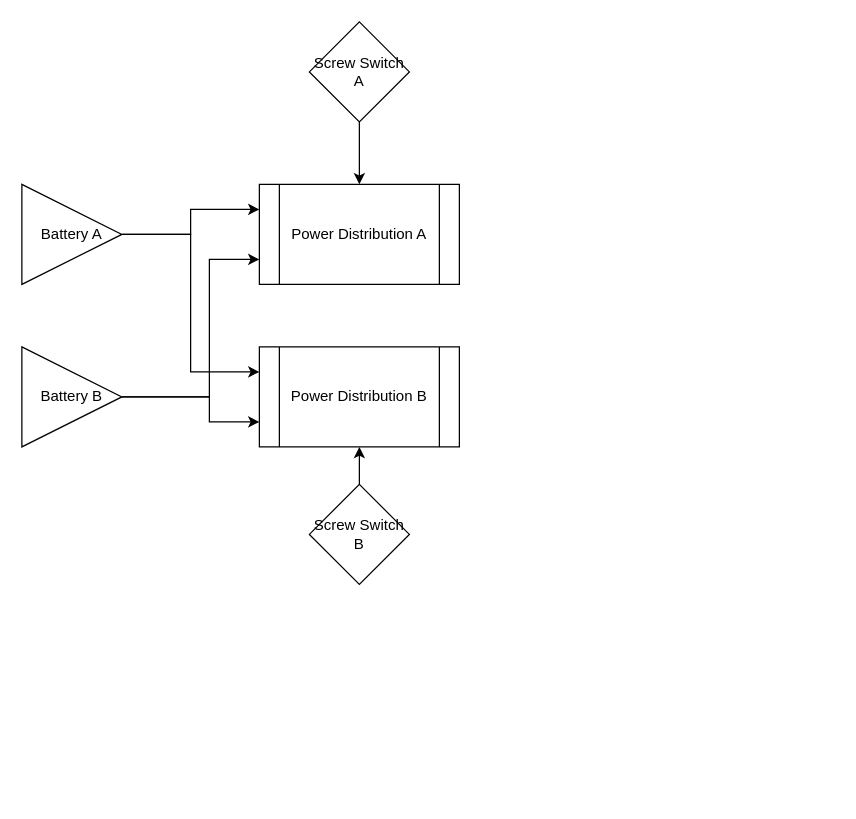
Above: SIRIUS_sustainer.drawio in icl-rocketry/wally (draw.io), before the change. Source tidied: cells renumbered, new cells numbered last; positions are measured from the earlier drawing's top-left corner, leaving out a move shared by most shapes. Both pictures are drawn from the tidied source at 125%, with x=0, y=0 at pixel (21, 21).
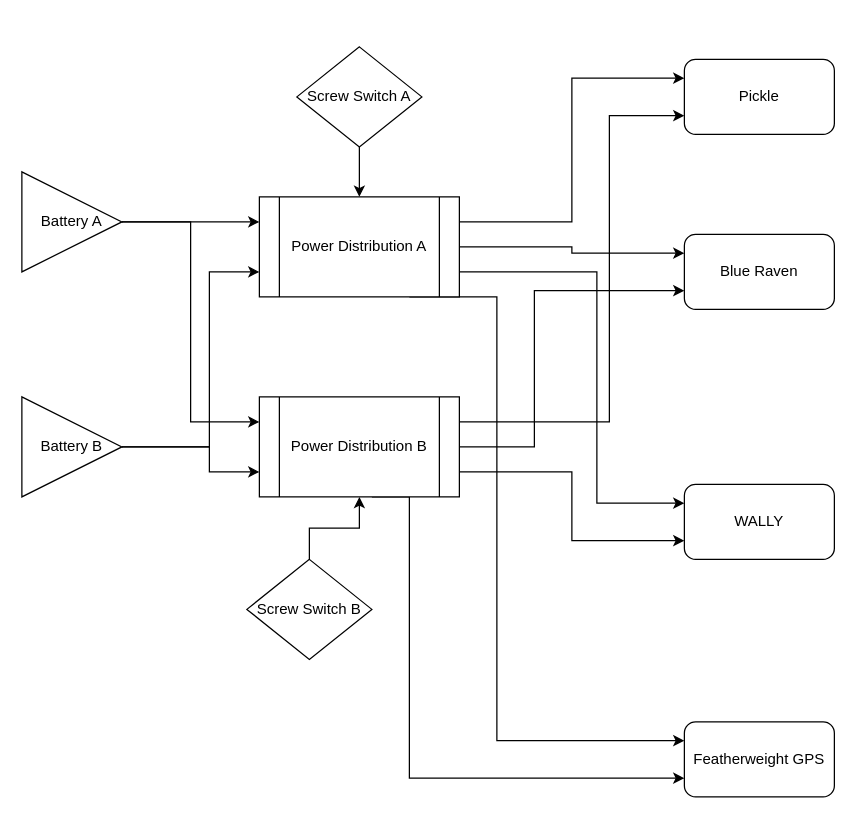
The same page after the edit.

Diff of the diagram source:
```diff
@@
+    <mxCell id="14" style="edgeStyle=orthogonalEdgeStyle;rounded=0;jettySize=auto;html=1;exitX=1;exitY=0.25;exitDx=0;exitDy=0;entryX=0;entryY=0.25;entryDx=0;entryDy=0;" parent="1" edge="1" source="2" target="22">
+      <mxGeometry relative="1" as="geometry" />
+    </mxCell>
+    <mxCell id="15" style="edgeStyle=orthogonalEdgeStyle;rounded=0;jettySize=auto;html=1;exitX=1;exitY=0.5;exitDx=0;exitDy=0;entryX=0;entryY=0.25;entryDx=0;entryDy=0;" parent="1" edge="1" source="2" target="23">
+      <mxGeometry relative="1" as="geometry" />
+    </mxCell>
+    <mxCell id="16" style="edgeStyle=orthogonalEdgeStyle;rounded=0;jettySize=auto;html=1;exitX=1;exitY=0.75;exitDx=0;exitDy=0;entryX=0;entryY=0.25;entryDx=0;entryDy=0;" parent="1" edge="1" source="2" target="24">
+      <mxGeometry relative="1" as="geometry">
+        <Array as="points">
+          <mxPoint x="460" y="200" />
+          <mxPoint x="460" y="385" />
+        </Array>
+      </mxGeometry>
+    </mxCell>
+    <mxCell id="17" style="edgeStyle=orthogonalEdgeStyle;rounded=0;jettySize=auto;html=1;exitX=0.75;exitY=1;exitDx=0;exitDy=0;entryX=0;entryY=0.25;entryDx=0;entryDy=0;" parent="1" edge="1" source="2" target="25">
+      <mxGeometry relative="1" as="geometry">
+        <Array as="points">
+          <mxPoint x="380" y="220" />
+          <mxPoint x="380" y="575" />
+        </Array>
+      </mxGeometry>
+    </mxCell>
     <mxCell id="2" value="Power Distribution A" style="shape=process;whiteSpace=wrap;html=1;backgroundOutline=1;" parent="1" vertex="1">
-      <mxGeometry x="190" y="130" width="160" height="80" as="geometry" />
+      <mxGeometry x="190" y="140" width="160" height="80" as="geometry" />
     </mxCell>
+    <mxCell id="18" style="edgeStyle=orthogonalEdgeStyle;rounded=0;jettySize=auto;html=1;exitX=1;exitY=0.25;exitDx=0;exitDy=0;entryX=0;entryY=0.75;entryDx=0;entryDy=0;" parent="1" edge="1" source="3" target="22">
+      <mxGeometry relative="1" as="geometry">
+        <Array as="points">
+          <mxPoint x="470" y="320" />
+          <mxPoint x="470" y="75" />
+        </Array>
+      </mxGeometry>
+    </mxCell>
+    <mxCell id="19" style="edgeStyle=orthogonalEdgeStyle;rounded=0;jettySize=auto;html=1;exitX=1;exitY=0.5;exitDx=0;exitDy=0;entryX=0;entryY=0.75;entryDx=0;entryDy=0;" parent="1" edge="1" source="3" target="23">
+      <mxGeometry relative="1" as="geometry">
+        <Array as="points">
+          <mxPoint x="410" y="340" />
+          <mxPoint x="410" y="215" />
+        </Array>
+      </mxGeometry>
+    </mxCell>
+    <mxCell id="20" style="edgeStyle=orthogonalEdgeStyle;rounded=0;jettySize=auto;html=1;exitX=1;exitY=0.75;exitDx=0;exitDy=0;entryX=0;entryY=0.75;entryDx=0;entryDy=0;" parent="1" edge="1" source="3" target="24">
+      <mxGeometry relative="1" as="geometry" />
+    </mxCell>
+    <mxCell id="21" style="edgeStyle=orthogonalEdgeStyle;rounded=0;jettySize=auto;html=1;exitX=0.75;exitY=1;exitDx=0;exitDy=0;entryX=0;entryY=0.75;entryDx=0;entryDy=0;" parent="1" edge="1" target="25">
+      <mxGeometry relative="1" as="geometry">
+        <mxPoint x="280" y="380" as="sourcePoint" />
+        <Array as="points">
+          <mxPoint x="310" y="380" />
+          <mxPoint x="310" y="605" />
+        </Array>
+      </mxGeometry>
+    </mxCell>
     <mxCell id="3" value="Power Distribution B" style="shape=process;whiteSpace=wrap;html=1;backgroundOutline=1;" parent="1" vertex="1">
-      <mxGeometry x="190" y="260" width="160" height="80" as="geometry" />
+      <mxGeometry x="190" y="300" width="160" height="80" as="geometry" />
     </mxCell>
     <mxCell id="4" style="edgeStyle=orthogonalEdgeStyle;rounded=0;jettySize=auto;html=1;exitX=1;exitY=0.5;exitDx=0;exitDy=0;entryX=0;entryY=0.75;entryDx=0;entryDy=0;" parent="1" edge="1" source="6" target="3">
       <mxGeometry relative="1" as="geometry">
         <Array as="points">
-          <mxPoint x="150" y="300" />
-          <mxPoint x="150" y="320" />
+          <mxPoint x="150" y="340" />
+          <mxPoint x="150" y="360" />
         </Array>
       </mxGeometry>
     </mxCell>
     <mxCell id="5" style="edgeStyle=orthogonalEdgeStyle;rounded=0;jettySize=auto;html=1;exitX=1;exitY=0.5;exitDx=0;exitDy=0;entryX=0;entryY=0.75;entryDx=0;entryDy=0;" parent="1" edge="1" source="6" target="2">
       <mxGeometry relative="1" as="geometry">
         <Array as="points">
-          <mxPoint x="150" y="300" />
-          <mxPoint x="150" y="190" />
+          <mxPoint x="150" y="340" />
+          <mxPoint x="150" y="200" />
         </Array>
       </mxGeometry>
     </mxCell>
     <mxCell id="6" value="Battery B" style="triangle;whiteSpace=wrap;html=1;" parent="1" vertex="1">
-      <mxGeometry y="260" width="80" height="80" as="geometry" />
+      <mxGeometry y="300" width="80" height="80" as="geometry" />
     </mxCell>
@@
     <mxCell id="9" value="Battery A" style="triangle;whiteSpace=wrap;html=1;" parent="1" vertex="1">
-      <mxGeometry y="130" width="80" height="80" as="geometry" />
+      <mxGeometry y="120" width="80" height="80" as="geometry" />
     </mxCell>
@@
     <mxCell id="11" value="Screw Switch A" style="rhombus;whiteSpace=wrap;html=1;" parent="1" vertex="1">
-      <mxGeometry x="230" width="80" height="80" as="geometry" />
+      <mxGeometry x="220" y="20" width="100" height="80" as="geometry" />
     </mxCell>
@@
     <mxCell id="13" value="Screw Switch B" style="rhombus;whiteSpace=wrap;html=1;" parent="1" vertex="1">
-      <mxGeometry x="230" y="370" width="80" height="80" as="geometry" />
+      <mxGeometry x="180" y="430" width="100" height="80" as="geometry" />
     </mxCell>
+    <mxCell id="22" value="Pickle" style="rounded=1;whiteSpace=wrap;html=1;" parent="1" vertex="1">
+      <mxGeometry x="530" y="30" width="120" height="60" as="geometry" />
+    </mxCell>
+    <mxCell id="23" value="Blue Raven" style="rounded=1;whiteSpace=wrap;html=1;" parent="1" vertex="1">
+      <mxGeometry x="530" y="170" width="120" height="60" as="geometry" />
+    </mxCell>
+    <mxCell id="24" value="WALLY" style="rounded=1;whiteSpace=wrap;html=1;" parent="1" vertex="1">
+      <mxGeometry x="530" y="370" width="120" height="60" as="geometry" />
+    </mxCell>
+    <mxCell id="25" value="Featherweight GPS" style="rounded=1;whiteSpace=wrap;html=1;" parent="1" vertex="1">
+      <mxGeometry x="530" y="560" width="120" height="60" as="geometry" />
+    </mxCell>
```
